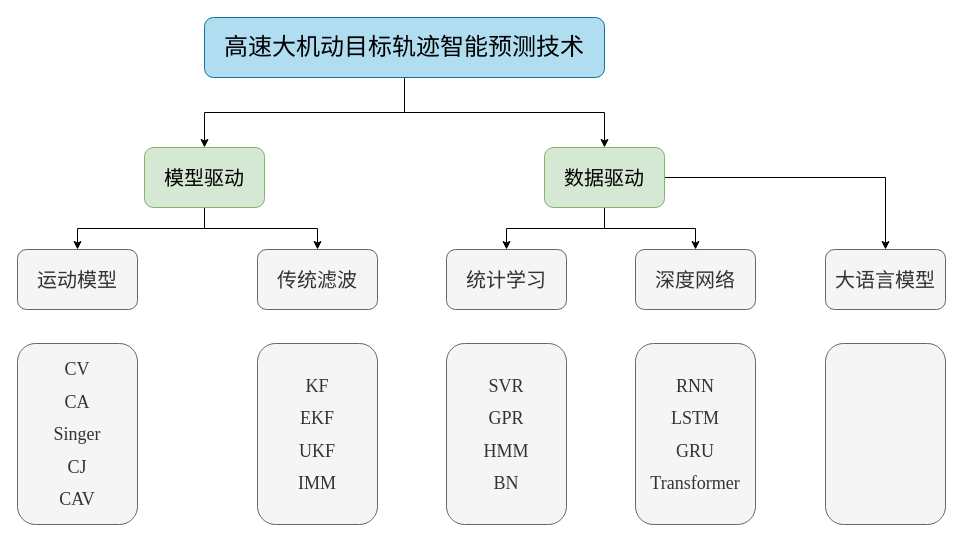
Earlier version of the draw.io diagram 轨迹预测框架.drawio (master-fency/plot). Source tidied: cells renumbered, new cells numbered last; positions are measured from the earlier drawing's top-left corner, leaving out a move shared by most shapes. Both pictures are drawn from the tidied source at 100%, with x=0, y=0 at pixel (17, 17).
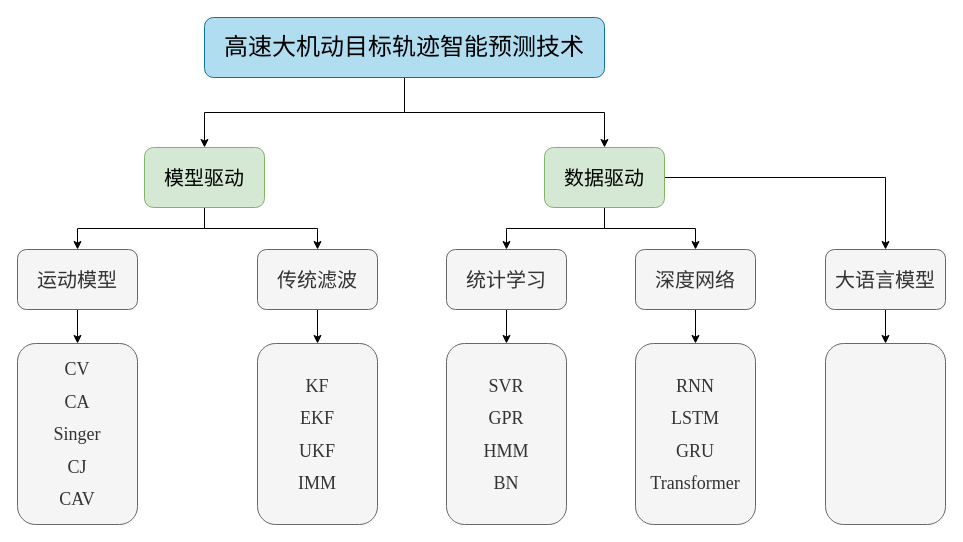
The same diagram, later.

Commit message:
更新轨迹预测框架.drawio

Unchanged cells that the change refers to:
```xml
<mxCell id="12" value="&lt;pre&gt;&lt;font face=&quot;Times New Roman&quot; style=&quot;font-size: 20px;&quot;&gt;运动模型&lt;/font&gt;&lt;/pre&gt;" style="rounded=1;whiteSpace=wrap;html=1;fillColor=#f5f5f5;fontColor=#333333;strokeColor=#666666;" parent="1" vertex="1">
  <mxGeometry y="232" width="120" height="60" as="geometry" />
</mxCell>
<mxCell id="13" value="&lt;pre&gt;&lt;font face=&quot;Times New Roman&quot; style=&quot;font-size: 20px;&quot;&gt;传统滤波&lt;/font&gt;&lt;/pre&gt;" style="rounded=1;whiteSpace=wrap;html=1;fillColor=#f5f5f5;fontColor=#333333;strokeColor=#666666;" parent="1" vertex="1">
  <mxGeometry x="240" y="232" width="120" height="60" as="geometry" />
</mxCell>
<mxCell id="14" value="&lt;pre&gt;&lt;font face=&quot;Times New Roman&quot;&gt;&lt;span style=&quot;font-size: 20px;&quot;&gt;统计学习&lt;/span&gt;&lt;/font&gt;&lt;/pre&gt;" style="rounded=1;whiteSpace=wrap;html=1;fillColor=#f5f5f5;fontColor=#333333;strokeColor=#666666;" parent="1" vertex="1">
  <mxGeometry x="429" y="232" width="120" height="60" as="geometry" />
</mxCell>
<mxCell id="15" value="&lt;pre&gt;&lt;font face=&quot;Times New Roman&quot; style=&quot;font-size: 20px;&quot;&gt;深度网络&lt;/font&gt;&lt;/pre&gt;" style="rounded=1;whiteSpace=wrap;html=1;fillColor=#f5f5f5;fontColor=#333333;strokeColor=#666666;" parent="1" vertex="1">
  <mxGeometry x="618" y="232" width="120" height="60" as="geometry" />
</mxCell>
<mxCell id="17" value="&lt;pre&gt;&lt;font face=&quot;Times New Roman&quot;&gt;&lt;span style=&quot;font-size: 20px;&quot;&gt;大语言模型&lt;/span&gt;&lt;/font&gt;&lt;/pre&gt;" style="rounded=1;whiteSpace=wrap;html=1;fillColor=#f5f5f5;fontColor=#333333;strokeColor=#666666;" parent="1" vertex="1">
  <mxGeometry x="808" y="232" width="120" height="60" as="geometry" />
</mxCell>
<mxCell id="18" value="&lt;div style=&quot;line-height: 180%;&quot;&gt;&lt;font face=&quot;Times New Roman&quot; style=&quot;font-size: 18px; line-height: 180%;&quot;&gt;CV&lt;/font&gt;&lt;div&gt;&lt;font face=&quot;Times New Roman&quot; style=&quot;font-size: 18px; line-height: 180%;&quot;&gt;CA&lt;/font&gt;&lt;/div&gt;&lt;div&gt;&lt;font face=&quot;Times New Roman&quot; style=&quot;font-size: 18px; line-height: 180%;&quot;&gt;Singer&lt;/font&gt;&lt;/div&gt;&lt;div&gt;&lt;font face=&quot;Times New Roman&quot; style=&quot;font-size: 18px; line-height: 180%;&quot;&gt;CJ&lt;/font&gt;&lt;/div&gt;&lt;div&gt;&lt;font face=&quot;Times New Roman&quot; style=&quot;font-size: 18px; line-height: 180%;&quot;&gt;CAV&lt;/font&gt;&lt;/div&gt;&lt;/div&gt;" style="rounded=1;whiteSpace=wrap;html=1;fillColor=#f5f5f5;strokeColor=#666666;fontColor=#333333;" parent="1" vertex="1">
  <mxGeometry y="326" width="120" height="181" as="geometry" />
</mxCell>
<mxCell id="19" value="&lt;div style=&quot;line-height: 180%;&quot;&gt;&lt;font style=&quot;font-size: 18px; line-height: 180%;&quot; face=&quot;Times New Roman&quot;&gt;KF&lt;/font&gt;&lt;div&gt;&lt;font style=&quot;font-size: 18px; line-height: 180%;&quot; face=&quot;Times New Roman&quot;&gt;EKF&lt;/font&gt;&lt;/div&gt;&lt;div&gt;&lt;font style=&quot;font-size: 18px; line-height: 180%;&quot; face=&quot;Times New Roman&quot;&gt;UKF&lt;/font&gt;&lt;/div&gt;&lt;div&gt;&lt;font style=&quot;font-size: 18px; line-height: 180%;&quot; face=&quot;Times New Roman&quot;&gt;IMM&lt;/font&gt;&lt;/div&gt;&lt;/div&gt;" style="rounded=1;whiteSpace=wrap;html=1;fillColor=#f5f5f5;strokeColor=#666666;fontColor=#333333;" parent="1" vertex="1">
  <mxGeometry x="240" y="326" width="120" height="181" as="geometry" />
</mxCell>
<mxCell id="20" value="&lt;div style=&quot;line-height: 180%;&quot;&gt;&lt;font face=&quot;Times New Roman&quot; style=&quot;font-size: 18px; line-height: 180%;&quot;&gt;SVR&lt;/font&gt;&lt;div&gt;&lt;font face=&quot;Times New Roman&quot; style=&quot;font-size: 18px; line-height: 180%;&quot;&gt;GPR&lt;/font&gt;&lt;/div&gt;&lt;div&gt;&lt;font face=&quot;Times New Roman&quot; style=&quot;font-size: 18px; line-height: 180%;&quot;&gt;HMM&lt;/font&gt;&lt;/div&gt;&lt;div&gt;&lt;font face=&quot;Times New Roman&quot; style=&quot;font-size: 18px; line-height: 180%;&quot;&gt;BN&lt;/font&gt;&lt;/div&gt;&lt;/div&gt;" style="rounded=1;whiteSpace=wrap;html=1;fillColor=#f5f5f5;fontColor=#333333;strokeColor=#666666;" parent="1" vertex="1">
  <mxGeometry x="429" y="326" width="120" height="181" as="geometry" />
</mxCell>
<mxCell id="21" value="&lt;div style=&quot;line-height: 180%;&quot;&gt;&lt;font face=&quot;Times New Roman&quot; style=&quot;font-size: 18px; line-height: 180%;&quot;&gt;RNN&lt;/font&gt;&lt;div&gt;&lt;font face=&quot;Times New Roman&quot; style=&quot;font-size: 18px; line-height: 180%;&quot;&gt;LSTM&lt;/font&gt;&lt;/div&gt;&lt;div&gt;&lt;font face=&quot;Times New Roman&quot; style=&quot;font-size: 18px; line-height: 180%;&quot;&gt;GRU&lt;/font&gt;&lt;/div&gt;&lt;div&gt;&lt;font face=&quot;Times New Roman&quot; style=&quot;font-size: 18px; line-height: 180%;&quot;&gt;Transformer&lt;/font&gt;&lt;/div&gt;&lt;/div&gt;" style="rounded=1;whiteSpace=wrap;html=1;fillColor=#f5f5f5;fontColor=#333333;strokeColor=#666666;" parent="1" vertex="1">
  <mxGeometry x="618" y="326" width="120" height="181" as="geometry" />
</mxCell>
<mxCell id="22" style="rounded=1;whiteSpace=wrap;html=1;fillColor=#f5f5f5;fontColor=#333333;strokeColor=#666666;" parent="1" vertex="1">
  <mxGeometry x="808" y="326" width="120" height="181" as="geometry" />
</mxCell>
```

Change to the diagram source:
```diff
@@
+    <mxCell id="23" style="edgeStyle=orthogonalEdgeStyle;rounded=0;jettySize=auto;html=1;" parent="1" edge="1" source="12" target="18">
+      <mxGeometry relative="1" as="geometry" />
+    </mxCell>
@@
+    <mxCell id="24" style="edgeStyle=orthogonalEdgeStyle;rounded=0;jettySize=auto;html=1;" parent="1" edge="1" source="13" target="19">
+      <mxGeometry relative="1" as="geometry" />
+    </mxCell>
@@
+    <mxCell id="25" style="edgeStyle=orthogonalEdgeStyle;rounded=0;jettySize=auto;html=1;" parent="1" edge="1" source="14" target="20">
+      <mxGeometry relative="1" as="geometry" />
+    </mxCell>
@@
+    <mxCell id="26" style="edgeStyle=orthogonalEdgeStyle;rounded=0;jettySize=auto;html=1;" parent="1" edge="1" source="15" target="21">
+      <mxGeometry relative="1" as="geometry" />
+    </mxCell>
@@
+    <mxCell id="27" style="edgeStyle=orthogonalEdgeStyle;rounded=0;jettySize=auto;html=1;" parent="1" edge="1" source="17" target="22">
+      <mxGeometry relative="1" as="geometry" />
+    </mxCell>
```
